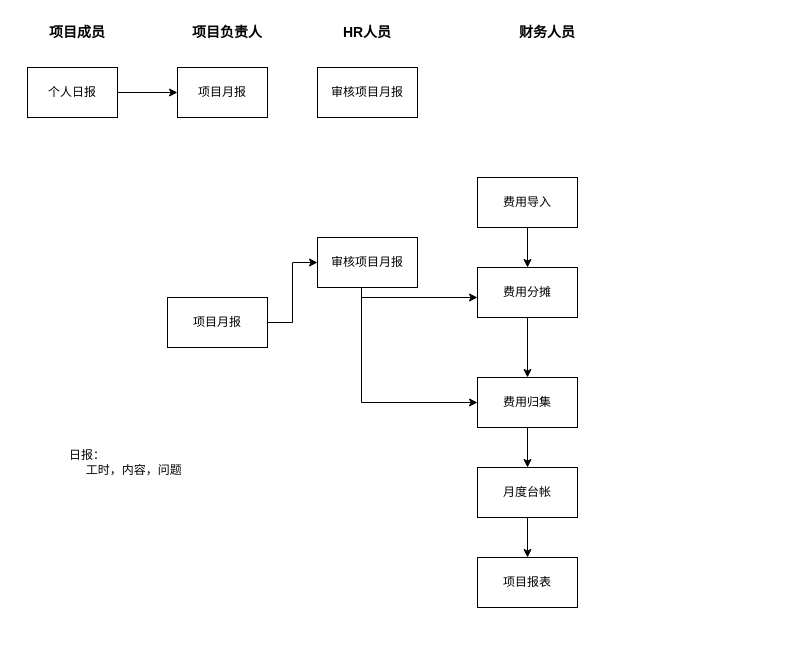
Earlier version of the draw.io diagram page "总体流程" (1 of 2) of shrine-doc/研发项目管理流程.drawio (easefulfil/CLOUDCARE). Source tidied: cells renumbered, new cells numbered last; positions are measured from the earlier drawing's top-left corner, leaving out a move shared by most shapes. Both pictures are drawn from the tidied source at 100%, with x=0, y=0 at pixel (27, 17).
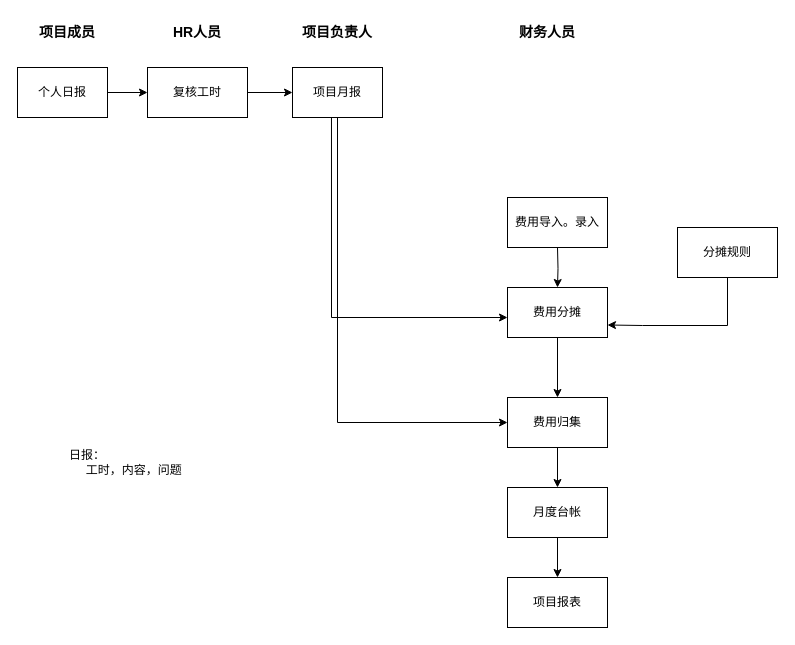
The same page after the edit.

What changed in the source:
```diff
@@
-    <mxCell id="2" style="edgeStyle=orthogonalEdgeStyle;rounded=0;jettySize=auto;html=1;entryX=0.5;entryY=0;entryDx=0;entryDy=0;" parent="1" edge="1" source="3" target="8">
-      <mxGeometry relative="1" as="geometry" />
+    <mxCell id="2" style="edgeStyle=orthogonalEdgeStyle;rounded=0;jettySize=auto;html=1;entryX=0.5;entryY=0;entryDx=0;entryDy=0;" parent="1" edge="1" target="8">
+      <mxGeometry relative="1" as="geometry">
+        <mxPoint x="530" y="230" as="sourcePoint" />
+      </mxGeometry>
     </mxCell>
-    <mxCell id="3" value="费用导入" style="rounded=0;whiteSpace=wrap;html=1;" parent="1" vertex="1">
-      <mxGeometry x="450" y="160" width="100" height="50" as="geometry" />
+    <mxCell id="3" value="费用导入。录入" style="rounded=0;whiteSpace=wrap;html=1;" parent="1" vertex="1">
+      <mxGeometry x="480" y="180" width="100" height="50" as="geometry" />
     </mxCell>
-    <mxCell id="4" style="edgeStyle=orthogonalEdgeStyle;rounded=0;jettySize=auto;html=1;entryX=0;entryY=0.5;entryDx=0;entryDy=0;exitX=0.44;exitY=1.01;exitDx=0;exitDy=0;exitPerimeter=0;" parent="1" edge="1" source="18" target="10">
+    <mxCell id="4" style="edgeStyle=orthogonalEdgeStyle;rounded=0;jettySize=auto;html=1;entryX=0;entryY=0.5;entryDx=0;entryDy=0;exitX=0.5;exitY=1;exitDx=0;exitDy=0;" parent="1" edge="1" source="24" target="10">
       <mxGeometry relative="1" as="geometry">
         <Array as="points">
-          <mxPoint x="334" y="385" />
+          <mxPoint x="310" y="405" />
         </Array>
       </mxGeometry>
     </mxCell>
-    <mxCell id="5" style="edgeStyle=orthogonalEdgeStyle;rounded=0;jettySize=auto;html=1;entryX=0;entryY=0.5;entryDx=0;entryDy=0;" parent="1" edge="1" source="6" target="18">
-      <mxGeometry relative="1" as="geometry" />
-    </mxCell>
-    <mxCell id="6" value="项目月报" style="rounded=0;whiteSpace=wrap;html=1;" parent="1" vertex="1">
-      <mxGeometry x="140" y="280" width="100" height="50" as="geometry" />
-    </mxCell>
@@
     <mxCell id="8" value="费用分摊" style="rounded=0;whiteSpace=wrap;html=1;" parent="1" vertex="1">
-      <mxGeometry x="450" y="250" width="100" height="50" as="geometry" />
+      <mxGeometry x="480" y="270" width="100" height="50" as="geometry" />
     </mxCell>
@@
     <mxCell id="10" value="费用归集" style="rounded=0;whiteSpace=wrap;html=1;" parent="1" vertex="1">
-      <mxGeometry x="450" y="360" width="100" height="50" as="geometry" />
+      <mxGeometry x="480" y="380" width="100" height="50" as="geometry" />
     </mxCell>
@@
     <mxCell id="12" value="月度台帐" style="rounded=0;whiteSpace=wrap;html=1;" parent="1" vertex="1">
-      <mxGeometry x="450" y="450" width="100" height="50" as="geometry" />
+      <mxGeometry x="480" y="470" width="100" height="50" as="geometry" />
     </mxCell>
     <mxCell id="13" value="项目负责人" style="text;html=1;strokeColor=none;fillColor=none;align=center;verticalAlign=middle;whiteSpace=wrap;rounded=0;fontStyle=1;fontSize=14;" parent="1" vertex="1">
-      <mxGeometry x="160" width="80" height="30" as="geometry" />
+      <mxGeometry x="270" width="80" height="30" as="geometry" />
     </mxCell>
@@
     <mxCell id="15" value="项目成员" style="text;html=1;strokeColor=none;fillColor=none;align=center;verticalAlign=middle;whiteSpace=wrap;rounded=0;fontStyle=1;fontSize=14;" parent="1" vertex="1">
-      <mxGeometry x="10" width="80" height="30" as="geometry" />
+      <mxGeometry width="80" height="30" as="geometry" />
     </mxCell>
     <mxCell id="16" value="HR人员" style="text;html=1;strokeColor=none;fillColor=none;align=center;verticalAlign=middle;whiteSpace=wrap;rounded=0;fontStyle=1;fontSize=14;" parent="1" vertex="1">
-      <mxGeometry x="300" width="80" height="30" as="geometry" />
+      <mxGeometry x="125" width="90" height="30" as="geometry" />
     </mxCell>
-    <mxCell id="17" style="edgeStyle=orthogonalEdgeStyle;rounded=0;jettySize=auto;html=1;entryX=0;entryY=0.6;entryDx=0;entryDy=0;entryPerimeter=0;" parent="1" edge="1" source="18" target="8">
+    <mxCell id="17" style="edgeStyle=orthogonalEdgeStyle;rounded=0;jettySize=auto;html=1;entryX=0;entryY=0.6;entryDx=0;entryDy=0;entryPerimeter=0;exitX=0.433;exitY=1;exitDx=0;exitDy=0;exitPerimeter=0;" parent="1" edge="1" source="24" target="8">
       <mxGeometry relative="1" as="geometry">
         <Array as="points">
-          <mxPoint x="334" y="280" />
+          <mxPoint x="304" y="300" />
         </Array>
       </mxGeometry>
     </mxCell>
-    <mxCell id="18" value="审核项目月报" style="rounded=0;whiteSpace=wrap;html=1;" parent="1" vertex="1">
-      <mxGeometry x="290" y="220" width="100" height="50" as="geometry" />
-    </mxCell>
     <mxCell id="19" value="项目报表" style="rounded=0;whiteSpace=wrap;html=1;" parent="1" vertex="1">
-      <mxGeometry x="450" y="540" width="100" height="50" as="geometry" />
+      <mxGeometry x="480" y="560" width="100" height="50" as="geometry" />
     </mxCell>
+    <mxCell id="25" style="edgeStyle=orthogonalEdgeStyle;rounded=0;jettySize=auto;html=1;entryX=0;entryY=0.5;entryDx=0;entryDy=0;" parent="1" edge="1" source="20" target="24">
+      <mxGeometry relative="1" as="geometry" />
+    </mxCell>
-    <mxCell id="20" value="审核项目月报" style="rounded=0;whiteSpace=wrap;html=1;" parent="1" vertex="1">
-      <mxGeometry x="290" y="50" width="100" height="50" as="geometry" />
+    <mxCell id="20" value="复核工时" style="rounded=0;whiteSpace=wrap;html=1;" parent="1" vertex="1">
+      <mxGeometry x="120" y="50" width="100" height="50" as="geometry" />
     </mxCell>
-    <mxCell id="21" style="edgeStyle=orthogonalEdgeStyle;rounded=0;jettySize=auto;html=1;entryX=0;entryY=0.5;entryDx=0;entryDy=0;" parent="1" edge="1" source="22" target="24">
+    <mxCell id="21" style="edgeStyle=orthogonalEdgeStyle;rounded=0;jettySize=auto;html=1;entryX=0;entryY=0.5;entryDx=0;entryDy=0;" parent="1" edge="1" source="22" target="20">
       <mxGeometry relative="1" as="geometry" />
     </mxCell>
     <mxCell id="22" value="个人日报" style="rounded=0;whiteSpace=wrap;html=1;" parent="1" vertex="1">
-      <mxGeometry y="50" width="90" height="50" as="geometry" />
+      <mxGeometry x="-10" y="50" width="90" height="50" as="geometry" />
     </mxCell>
@@
     <mxCell id="24" value="项目月报" style="rounded=0;whiteSpace=wrap;html=1;" parent="1" vertex="1">
-      <mxGeometry x="150" y="50" width="90" height="50" as="geometry" />
+      <mxGeometry x="265" y="50" width="90" height="50" as="geometry" />
     </mxCell>
+    <mxCell id="26" style="edgeStyle=orthogonalEdgeStyle;rounded=0;jettySize=auto;html=1;entryX=1;entryY=0.75;entryDx=0;entryDy=0;" parent="1" edge="1" source="27" target="8">
+      <mxGeometry relative="1" as="geometry">
+        <Array as="points">
+          <mxPoint x="700" y="308" />
+          <mxPoint x="615" y="308" />
+        </Array>
+      </mxGeometry>
+    </mxCell>
+    <mxCell id="27" value="分摊规则" style="rounded=0;whiteSpace=wrap;html=1;" parent="1" vertex="1">
+      <mxGeometry x="650" y="210" width="100" height="50" as="geometry" />
+    </mxCell>
```
